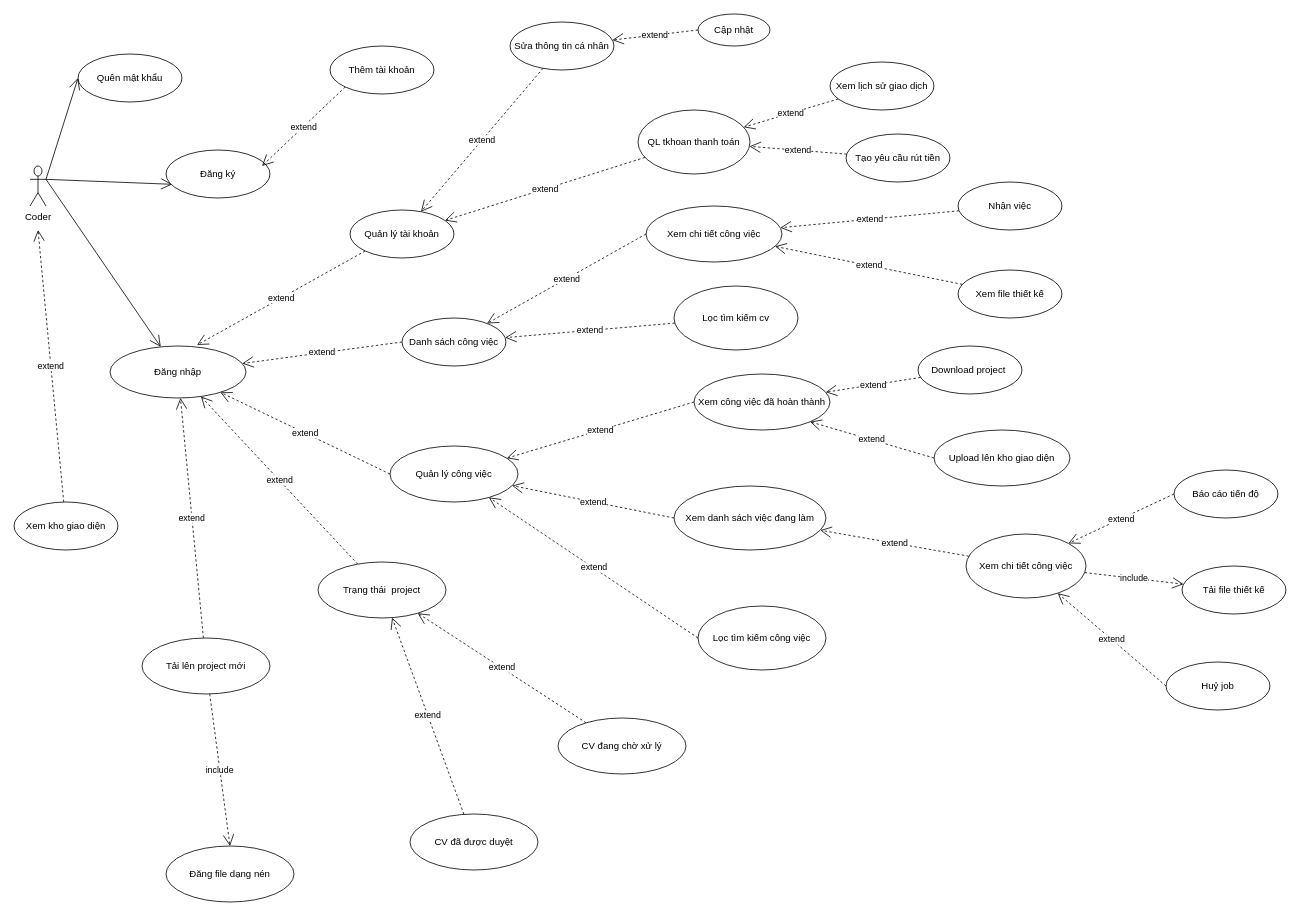
Before: Untitled Diagram.drawio in manhhaihust/mdb-docs-and-content, a draw.io diagram. Source tidied: cells renumbered, new cells numbered last; positions are measured from the earlier drawing's top-left corner, leaving out a move shared by most shapes. Both pictures are drawn from the tidied source at 80%, with x=0, y=0 at pixel (14, 14).
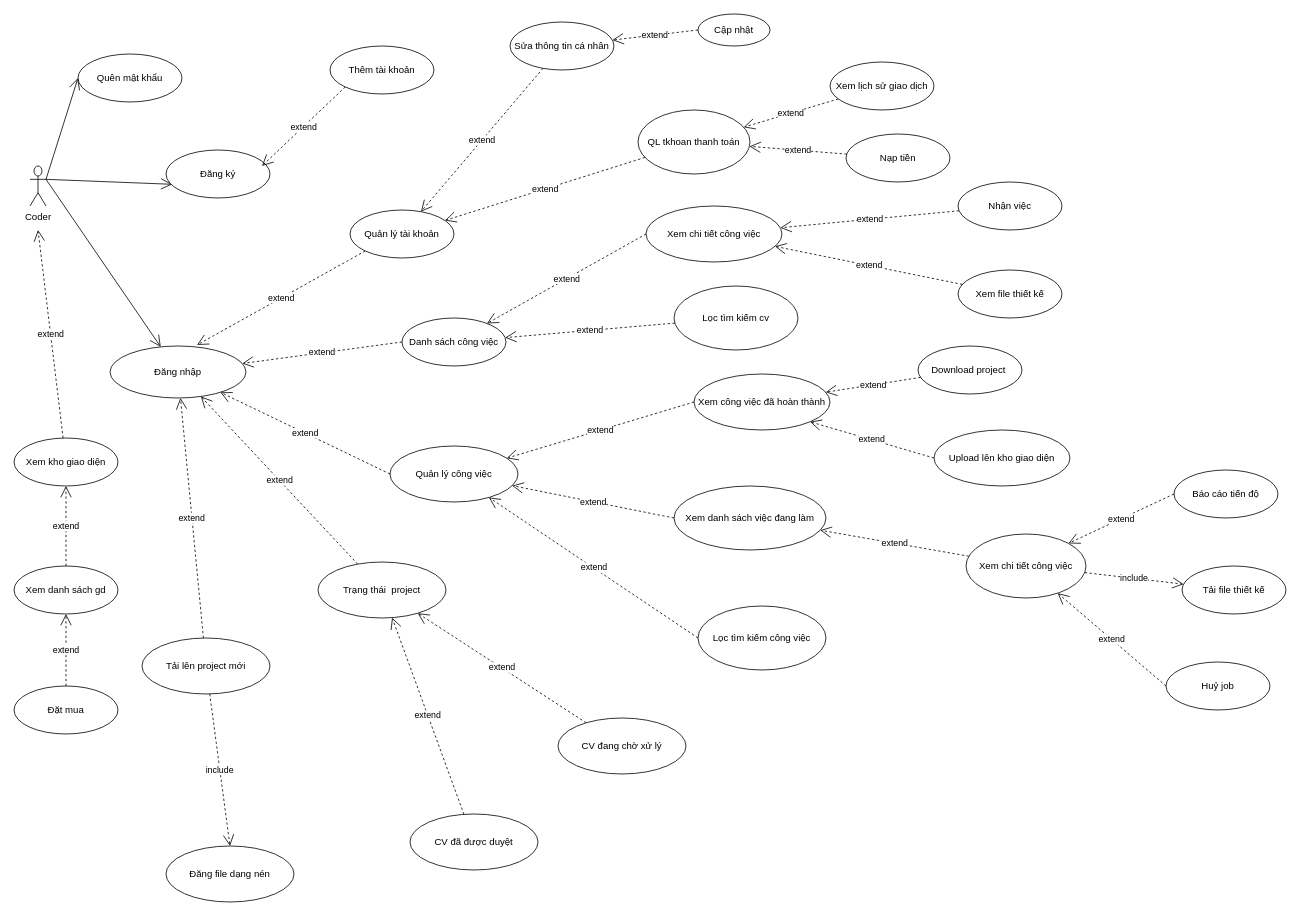
After the change.

What changed in the source:
```diff
@@
     <mxCell id="7" value="Xem kho giao diện" style="ellipse;whiteSpace=wrap;html=1;" parent="1" vertex="1">
-      <mxGeometry y="610" width="130" height="60" as="geometry" />
+      <mxGeometry y="530" width="130" height="60" as="geometry" />
     </mxCell>
@@
-    <mxCell id="52" value="Tạo yêu cầu rút tiền" style="ellipse;whiteSpace=wrap;html=1;" parent="1" vertex="1">
+    <mxCell id="52" value="Nạp tiền" style="ellipse;whiteSpace=wrap;html=1;" parent="1" vertex="1">
       <mxGeometry x="1040" y="150" width="130" height="60" as="geometry" />
     </mxCell>
@@
+    <mxCell id="65" value="Xem danh sách gd" style="ellipse;whiteSpace=wrap;html=1;" parent="1" vertex="1">
+      <mxGeometry y="690" width="130" height="60" as="geometry" />
+    </mxCell>
+    <mxCell id="66" value="extend" style="endArrow=open;endSize=12;dashed=1;html=1;exitX=0.5;exitY=0;exitDx=0;exitDy=0;entryX=0.5;entryY=1;entryDx=0;entryDy=0;" parent="1" edge="1" source="65" target="7">
+      <mxGeometry relative="1" as="geometry" />
+    </mxCell>
+    <mxCell id="67" value="Đặt mua" style="ellipse;whiteSpace=wrap;html=1;" parent="1" vertex="1">
+      <mxGeometry y="840" width="130" height="60" as="geometry" />
+    </mxCell>
+    <mxCell id="68" value="extend" style="endArrow=open;endSize=12;dashed=1;html=1;exitX=0.5;exitY=0;exitDx=0;exitDy=0;entryX=0.5;entryY=1;entryDx=0;entryDy=0;" parent="1" edge="1" source="67" target="65">
+      <mxGeometry relative="1" as="geometry" />
+    </mxCell>
```
